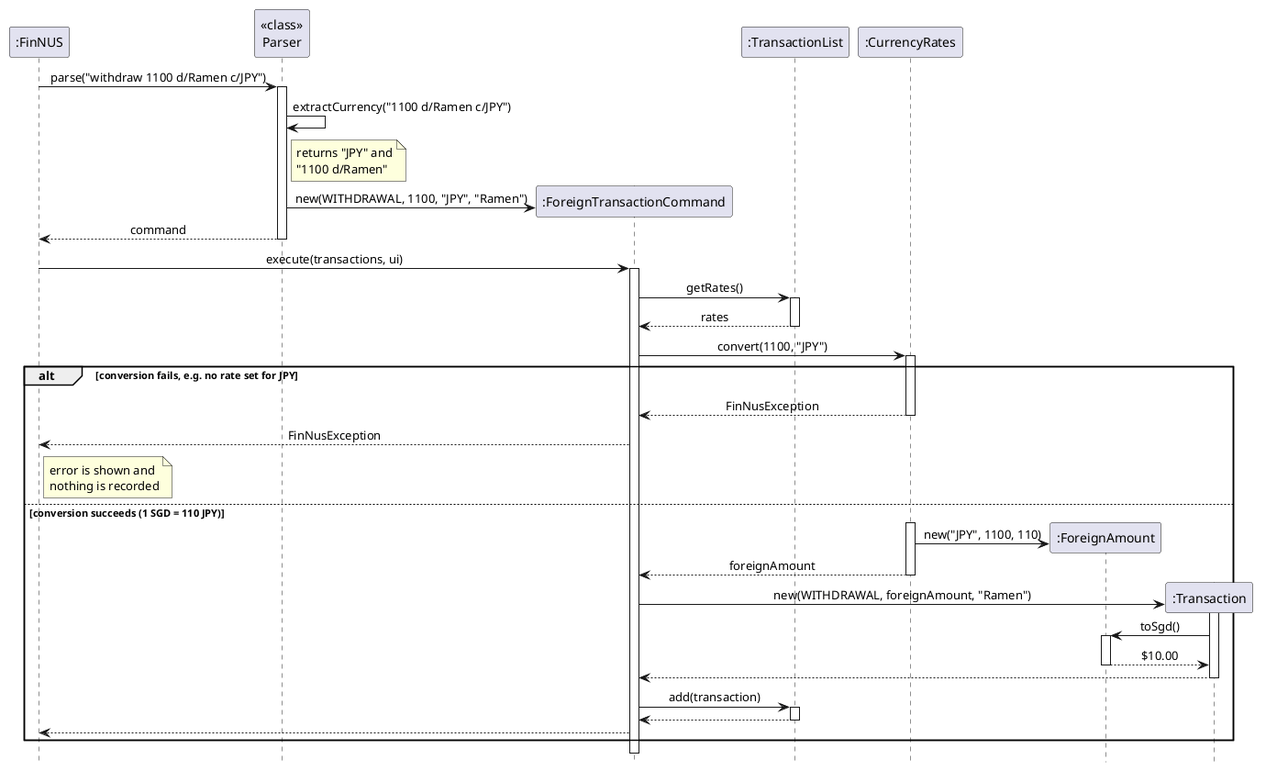
Earlier version of the PlantUML export docs/images/ForeignTransactionSequenceDiagram.png (AY2627S1-CS2113-W13-2/tp).
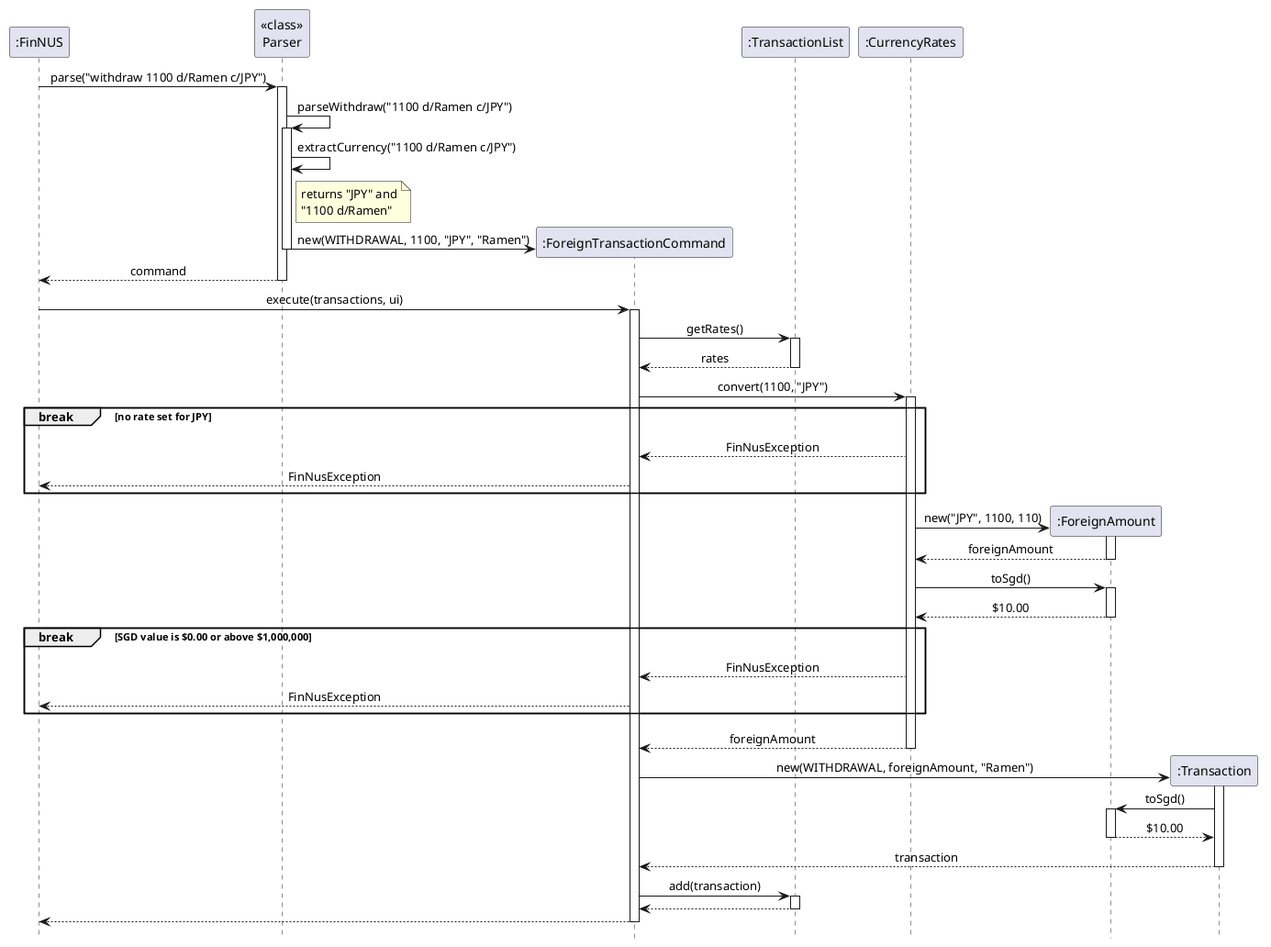
After the change.

Commit message:
Show where each conversion error happens in the diagram

Address review: toSgd() is called in convert(), and each failure is now a break at its own point.

Diff of the diagram source:
```diff
@@ -13,10 +13,13 @@
 
 FinNUS -> Parser : parse("withdraw 1100 d/Ramen c/JPY")
 activate Parser
+Parser -> Parser : parseWithdraw("1100 d/Ramen c/JPY")
+activate Parser
 Parser -> Parser : extractCurrency("1100 d/Ramen c/JPY")
 note right of Parser : returns "JPY" and\n"1100 d/Ramen"
 create Command
 Parser -> Command : new(WITHDRAWAL, 1100, "JPY", "Ramen")
+deactivate Parser
 Parser --> FinNUS : command
 deactivate Parser
 
@@ -30,33 +33,44 @@
 Command -> CurrencyRates : convert(1100, "JPY")
 activate CurrencyRates
 
-alt conversion fails, e.g. no rate set for JPY
+break no rate set for JPY
     CurrencyRates --> Command : FinNusException
-    deactivate CurrencyRates
     Command --> FinNUS : FinNusException
-    note right of FinNUS : error is shown and\nnothing is recorded
-else conversion succeeds (1 SGD = 110 JPY)
-    activate CurrencyRates
-    create ForeignAmount
-    CurrencyRates -> ForeignAmount : new("JPY", 1100, 110)
-    CurrencyRates --> Command : foreignAmount
-    deactivate CurrencyRates
+end
 
-    create Transaction
-    Command -> Transaction : new(WITHDRAWAL, foreignAmount, "Ramen")
-    activate Transaction
-    Transaction -> ForeignAmount : toSgd()
-    activate ForeignAmount
-    ForeignAmount --> Transaction : $10.00
-    deactivate ForeignAmount
-    Transaction --> Command
-    deactivate Transaction
+create ForeignAmount
+CurrencyRates -> ForeignAmount : new("JPY", 1100, 110)
+activate ForeignAmount
+ForeignAmount --> CurrencyRates : foreignAmount
+deactivate ForeignAmount
+CurrencyRates -> ForeignAmount : toSgd()
+activate ForeignAmount
+ForeignAmount --> CurrencyRates : $10.00
+deactivate ForeignAmount
 
-    Command -> TransactionList : add(transaction)
-    activate TransactionList
-    TransactionList --> Command
-    deactivate TransactionList
-    Command --> FinNUS
+break SGD value is $0.00 or above $1,000,000
+    CurrencyRates --> Command : FinNusException
+    Command --> FinNUS : FinNusException
 end
+
+CurrencyRates --> Command : foreignAmount
+deactivate CurrencyRates
+
+create Transaction
+Command -> Transaction : new(WITHDRAWAL, foreignAmount, "Ramen")
+activate Transaction
+Transaction -> ForeignAmount : toSgd()
+activate ForeignAmount
+ForeignAmount --> Transaction : $10.00
+deactivate ForeignAmount
+Transaction --> Command : transaction
+deactivate Transaction
+
+Command -> TransactionList : add(transaction)
+activate TransactionList
+TransactionList --> Command
+deactivate TransactionList
+
+Command --> FinNUS
 deactivate Command
 @enduml
```
